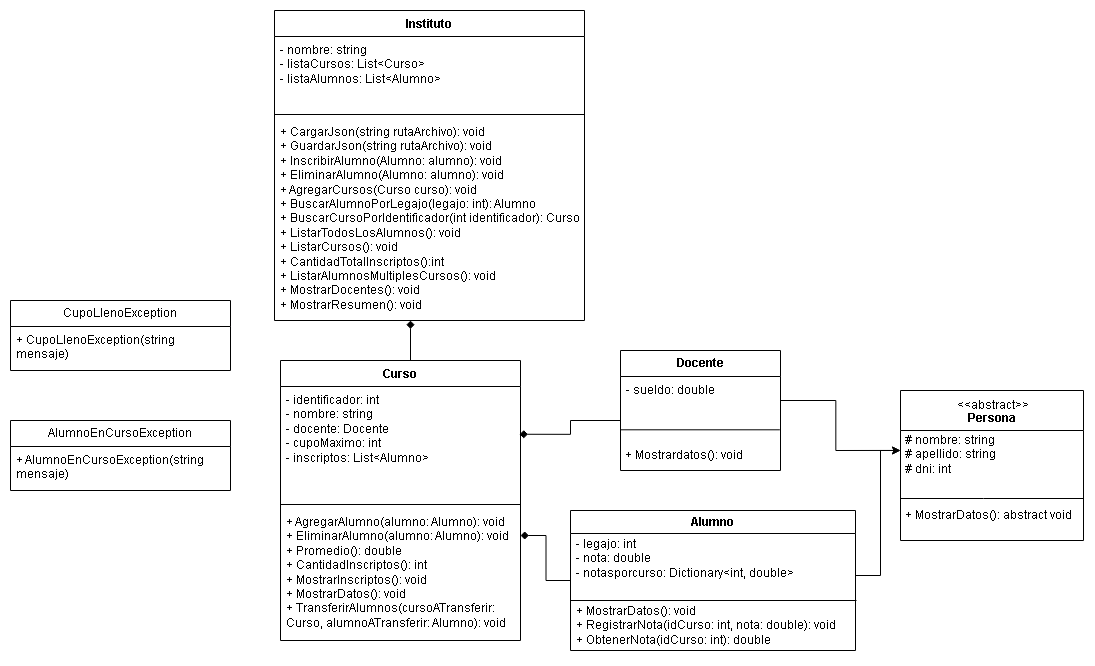
AleGarg/TP_Final_Instituto_Aprender_POO keeps this draw.io diagram as UML_TP_Final_Instituto_Aprender_POO.png. Above is the earlier version. Source tidied: cells renumbered, new cells last; positions are measured from the earlier drawing's top-left corner, leaving out a move shared by most shapes. Source of this version:
```xml
<mxGraphModel>
  <root>
    <mxCell id="0" />
    <mxCell id="1" parent="0" />
    <mxCell id="2" value="Instituto" style="swimlane;fontStyle=1;align=center;verticalAlign=top;horizontal=1;startSize=26;whiteSpace=wrap;html=1;" parent="1" vertex="1">
      <mxGeometry x="264" width="310" height="310" as="geometry" />
    </mxCell>
    <mxCell id="3" value="- nombre: string&lt;div&gt;- listaCursos: List&amp;lt;Curso&amp;gt;&lt;/div&gt;&lt;div&gt;- listaAlumnos: List&amp;lt;Alumno&amp;gt;&lt;/div&gt;" style="text;strokeColor=none;fillColor=none;align=left;verticalAlign=top;spacingLeft=4;spacingRight=4;overflow=hidden;whiteSpace=wrap;html=1;" parent="2" vertex="1">
      <mxGeometry y="26" width="310" height="74" as="geometry" />
    </mxCell>
    <mxCell id="4" style="line;strokeWidth=1;fillColor=none;align=left;verticalAlign=middle;spacingTop=-1;spacingLeft=3;spacingRight=3;labelPosition=right;strokeColor=inherit;" parent="2" vertex="1">
      <mxGeometry y="100" width="310" height="8" as="geometry" />
    </mxCell>
    <mxCell id="5" value="+ CargarJson(string rutaArchivo): void&lt;div&gt;+ GuardarJson(string rutaArchivo): void&lt;/div&gt;&lt;div&gt;+ InscribirAlumno(Alumno: alumno): void&lt;br&gt;+ EliminarAlumno(Alumno: alumno): void&lt;/div&gt;&lt;div&gt;+ AgregarCursos(Curso curso): void&lt;/div&gt;&lt;div&gt;+ BuscarAlumnoPorLegajo(legajo: int): Alumno&lt;/div&gt;&lt;div&gt;+ BuscarCursoPorIdentificador(int identificador): Curso&lt;/div&gt;&lt;div&gt;+ ListarTodosLosAlumnos(): void&lt;/div&gt;&lt;div&gt;+ ListarCursos(): void&lt;/div&gt;&lt;div&gt;+ CantidadTotalInscriptos():int&lt;/div&gt;&lt;div&gt;+ ListarAlumnosMultiplesCursos(): void&lt;/div&gt;&lt;div&gt;+ MostrarDocentes(): void&lt;br&gt;+ MostrarResumen(): void&lt;/div&gt;" style="text;strokeColor=none;fillColor=none;align=left;verticalAlign=top;spacingLeft=4;spacingRight=4;overflow=hidden;whiteSpace=wrap;html=1;" parent="2" vertex="1">
      <mxGeometry y="108" width="310" height="202" as="geometry" />
    </mxCell>
    <mxCell id="6" value="Curso" style="swimlane;fontStyle=1;align=center;verticalAlign=top;horizontal=1;startSize=26;whiteSpace=wrap;html=1;" parent="1" vertex="1">
      <mxGeometry x="270" y="350" width="240" height="280" as="geometry" />
    </mxCell>
    <mxCell id="7" value="- identificador: int&lt;div&gt;- nombre: string&lt;/div&gt;&lt;div&gt;- docente: Docente&lt;/div&gt;&lt;div&gt;- cupoMaximo: int&lt;/div&gt;&lt;div&gt;- inscriptos: List&amp;lt;Alumno&amp;gt;&lt;/div&gt;" style="text;strokeColor=none;fillColor=none;align=left;verticalAlign=top;spacingLeft=4;spacingRight=4;overflow=hidden;points=[[0,0.5],[1,0.5]];portConstraint=eastwest;whiteSpace=wrap;html=1;" parent="6" vertex="1">
      <mxGeometry y="26" width="240" height="114" as="geometry" />
    </mxCell>
    <mxCell id="8" style="line;strokeWidth=1;fillColor=none;align=left;verticalAlign=middle;spacingTop=-1;spacingLeft=3;spacingRight=3;labelPosition=right;strokeColor=inherit;" parent="6" vertex="1">
      <mxGeometry y="140" width="240" height="8" as="geometry" />
    </mxCell>
    <mxCell id="9" value="&lt;div&gt;+ AgregarAlumno(alumno:&amp;nbsp;&lt;span style=&quot;background-color: transparent; color: light-dark(rgb(0, 0, 0), rgb(255, 255, 255));&quot;&gt;Alumno&lt;/span&gt;&lt;span style=&quot;background-color: transparent; color: light-dark(rgb(0, 0, 0), rgb(255, 255, 255));&quot;&gt;): void&lt;/span&gt;&lt;/div&gt;&lt;div&gt;+ EliminarAlumno(alumno:&amp;nbsp;&lt;span style=&quot;background-color: transparent; color: light-dark(rgb(0, 0, 0), rgb(255, 255, 255));&quot;&gt;Alumno&lt;/span&gt;&lt;span style=&quot;background-color: transparent; color: light-dark(rgb(0, 0, 0), rgb(255, 255, 255));&quot;&gt;): void&lt;/span&gt;&lt;/div&gt;&lt;div&gt;+ Promedio(): double&lt;/div&gt;&lt;div&gt;&lt;div&gt;+ CantidadInscriptos(): int&lt;/div&gt;&lt;/div&gt;&lt;div&gt;&lt;div&gt;+ MostrarInscriptos(): void&lt;/div&gt;&lt;/div&gt;&lt;div&gt;&lt;div&gt;+ MostrarDatos(): void&lt;/div&gt;&lt;div&gt;+ TransferirAlumnos(cursoATransferir: Curso, alumnoATransferir: Alumno): void&lt;/div&gt;&lt;/div&gt;&lt;div&gt;&lt;br&gt;&lt;/div&gt;" style="text;strokeColor=none;fillColor=none;align=left;verticalAlign=top;spacingLeft=4;spacingRight=4;overflow=hidden;whiteSpace=wrap;html=1;" parent="6" vertex="1">
      <mxGeometry y="148" width="240" height="132" as="geometry" />
    </mxCell>
    <mxCell id="10" value="Docente" style="swimlane;fontStyle=1;align=center;verticalAlign=middle;horizontal=1;startSize=26;whiteSpace=wrap;html=1;" parent="1" vertex="1">
      <mxGeometry x="610" y="340" width="160" height="120" as="geometry" />
    </mxCell>
    <mxCell id="11" value="&lt;div&gt;- sueldo: double&lt;/div&gt;" style="text;strokeColor=none;fillColor=none;align=left;verticalAlign=top;spacingLeft=4;spacingRight=4;overflow=hidden;points=[[0,0.5],[1,0.5]];portConstraint=eastwest;whiteSpace=wrap;html=1;" parent="10" vertex="1">
      <mxGeometry y="26" width="160" height="64" as="geometry" />
    </mxCell>
    <mxCell id="12" style="endArrow=none;html=1;rounded=0;entryX=0.996;entryY=0.833;entryDx=0;entryDy=0;entryPerimeter=0;exitX=0.001;exitY=0.833;exitDx=0;exitDy=0;exitPerimeter=0;" parent="10" edge="1" source="11" target="11">
      <mxGeometry relative="1" as="geometry" />
    </mxCell>
    <mxCell id="13" value="&amp;nbsp;+ Mostrardatos(): void" style="text;html=1;align=left;verticalAlign=middle;strokeColor=none;fillColor=none;" parent="10" vertex="1">
      <mxGeometry y="90" width="160" height="30" as="geometry" />
    </mxCell>
    <mxCell id="14" style="edgeStyle=orthogonalEdgeStyle;rounded=0;jettySize=auto;html=1;endArrow=diamond;endFill=1;" parent="1" edge="1" source="6">
      <mxGeometry relative="1" as="geometry">
        <mxPoint x="400" y="310" as="targetPoint" />
        <Array as="points">
          <mxPoint x="400" y="310" />
          <mxPoint x="400" y="310" />
        </Array>
      </mxGeometry>
    </mxCell>
    <mxCell id="15" style="edgeStyle=orthogonalEdgeStyle;rounded=0;jettySize=auto;html=1;" parent="1" edge="1" source="16">
      <mxGeometry relative="1" as="geometry">
        <mxPoint x="890" y="440" as="targetPoint" />
        <Array as="points">
          <mxPoint x="870" y="565" />
          <mxPoint x="870" y="440" />
        </Array>
      </mxGeometry>
    </mxCell>
    <mxCell id="16" value="Alumno" style="swimlane;whiteSpace=wrap;html=1;" parent="1" vertex="1">
      <mxGeometry x="560" y="500" width="285" height="140" as="geometry" />
    </mxCell>
    <mxCell id="17" value="&lt;div&gt;- legajo: int&lt;/div&gt;&lt;div&gt;- nota: double&lt;/div&gt;&lt;div&gt;- notasporcurso: Dictionary&amp;lt;int, double&amp;gt;&lt;/div&gt;" style="text;html=1;align=left;verticalAlign=middle;strokeColor=none;fillColor=none;" parent="16" vertex="1">
      <mxGeometry x="4" y="18" width="240" height="60" as="geometry" />
    </mxCell>
    <mxCell id="18" value="+ MostrarDatos(): void&lt;div&gt;+ RegistrarNota(idCurso: int, nota: double): void&lt;/div&gt;&lt;div&gt;+ ObtenerNota(idCurso: int): double&lt;/div&gt;" style="text;html=1;align=left;verticalAlign=middle;strokeColor=none;fillColor=none;" parent="16" vertex="1">
      <mxGeometry x="4" y="85" width="280" height="60" as="geometry" />
    </mxCell>
    <mxCell id="19" style="endArrow=none;html=1;rounded=0;" parent="16" edge="1">
      <mxGeometry relative="1" as="geometry">
        <mxPoint y="90" as="sourcePoint" />
        <mxPoint x="286" y="90" as="targetPoint" />
      </mxGeometry>
    </mxCell>
    <mxCell id="20" value="CupoLlenoException" style="swimlane;fontStyle=0;horizontal=1;startSize=26;fillColor=none;whiteSpace=wrap;html=1;" parent="1" vertex="1">
      <mxGeometry y="290" width="220" height="70" as="geometry" />
    </mxCell>
    <mxCell id="21" value="+ CupoLlenoException(string mensaje)" style="text;strokeColor=none;fillColor=none;align=left;verticalAlign=top;spacingLeft=4;spacingRight=4;overflow=hidden;whiteSpace=wrap;html=1;" parent="20" vertex="1">
      <mxGeometry y="26" width="220" height="44" as="geometry" />
    </mxCell>
    <mxCell id="22" value="&lt;br&gt;Persona" style="swimlane;whiteSpace=wrap;html=1;startSize=40;" parent="1" vertex="1">
      <mxGeometry x="890" y="380" width="183" height="150" as="geometry" />
    </mxCell>
    <mxCell id="23" value="+ MostrarDatos(): abstract void" style="text;html=1;align=center;verticalAlign=middle;strokeColor=none;fillColor=none;" parent="22" vertex="1">
      <mxGeometry x="-7" y="110" width="190" height="30" as="geometry" />
    </mxCell>
    <mxCell id="24" style="endArrow=none;html=1;rounded=0;" parent="22" edge="1">
      <mxGeometry relative="1" as="geometry">
        <mxPoint y="108" as="sourcePoint" />
        <mxPoint x="183" y="108" as="targetPoint" />
        <Array as="points">
          <mxPoint x="83" y="108" />
        </Array>
      </mxGeometry>
    </mxCell>
    <mxCell id="25" value="&lt;div&gt;# nombre: string&lt;/div&gt;&lt;div&gt;# apellido: string&lt;/div&gt;&lt;div&gt;# dni: int&lt;/div&gt;" style="text;html=1;align=left;verticalAlign=middle;strokeColor=none;fillColor=none;" parent="22" vertex="1">
      <mxGeometry x="3" y="34" width="110" height="60" as="geometry" />
    </mxCell>
    <mxCell id="26" value="&amp;lt;&amp;lt;abstract&amp;gt;&amp;gt;" style="text;html=1;align=center;verticalAlign=middle;strokeColor=none;fillColor=none;" parent="22" vertex="1">
      <mxGeometry x="46.5" width="90" height="30" as="geometry" />
    </mxCell>
    <mxCell id="27" style="edgeStyle=orthogonalEdgeStyle;rounded=0;jettySize=auto;html=1;entryX=0.996;entryY=0.419;entryDx=0;entryDy=0;entryPerimeter=0;endArrow=diamond;endFill=1;" parent="1" edge="1" source="11" target="7">
      <mxGeometry relative="1" as="geometry">
        <Array as="points">
          <mxPoint x="560" y="410" />
          <mxPoint x="560" y="424" />
        </Array>
      </mxGeometry>
    </mxCell>
    <mxCell id="28" style="edgeStyle=orthogonalEdgeStyle;rounded=0;orthogonalLoop=1;jettySize=auto;html=1;entryX=-0.003;entryY=0.465;entryDx=0;entryDy=0;entryPerimeter=0;endArrow=classic;endFill=0;" parent="1" edge="1">
      <mxGeometry relative="1" as="geometry">
        <mxPoint x="770" y="390" as="sourcePoint" />
        <mxPoint x="890" y="440" as="targetPoint" />
        <Array as="points">
          <mxPoint x="825.3" y="390.1" />
          <mxPoint x="825.3" y="440.1" />
        </Array>
      </mxGeometry>
    </mxCell>
    <mxCell id="29" value="&lt;span style=&quot;text-align: left;&quot;&gt;AlumnoEnCursoException&lt;/span&gt;" style="swimlane;fontStyle=0;horizontal=1;startSize=26;fillColor=none;whiteSpace=wrap;html=1;" parent="1" vertex="1">
      <mxGeometry y="410" width="220" height="70" as="geometry" />
    </mxCell>
    <mxCell id="30" value="+ AlumnoEnCursoException(string mensaje)" style="text;strokeColor=none;fillColor=none;align=left;verticalAlign=top;spacingLeft=4;spacingRight=4;overflow=hidden;whiteSpace=wrap;html=1;" parent="29" vertex="1">
      <mxGeometry y="26" width="220" height="44" as="geometry" />
    </mxCell>
    <mxCell id="31" style="edgeStyle=orthogonalEdgeStyle;rounded=0;jettySize=auto;html=1;endArrow=diamond;endFill=1;" parent="1" edge="1" source="16">
      <mxGeometry relative="1" as="geometry">
        <mxPoint x="510" y="525" as="targetPoint" />
      </mxGeometry>
    </mxCell>
  </root>
</mxGraphModel>
```
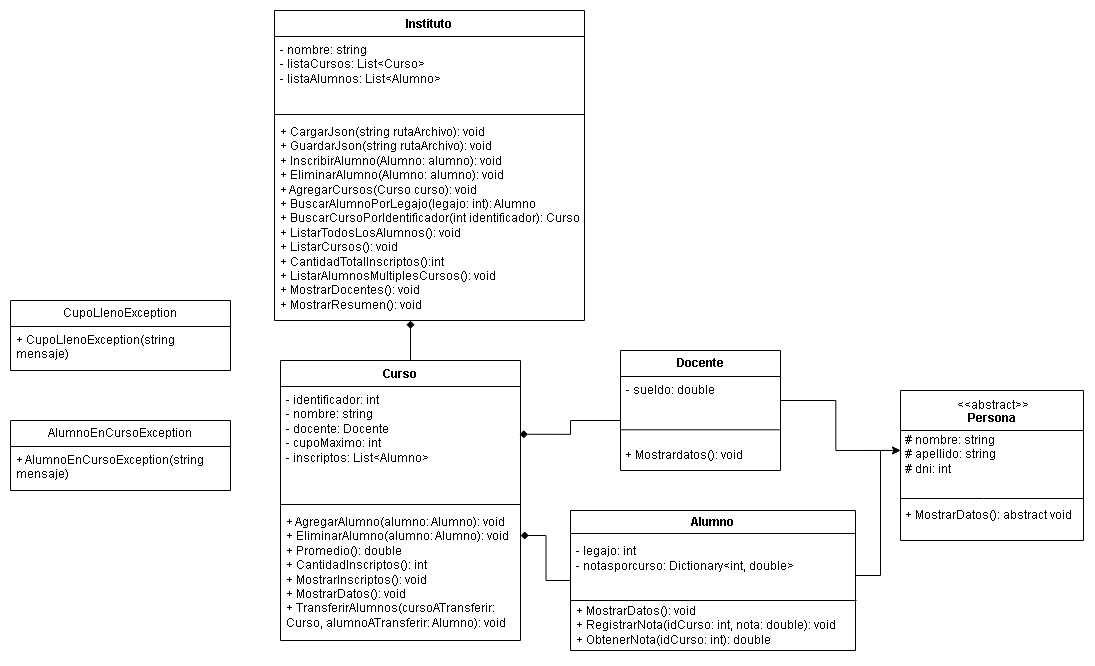
Later version of the same file.

What changed in the source:
```diff
@@ -59,8 +59,8 @@
     <mxCell id="16" value="Alumno" style="swimlane;whiteSpace=wrap;html=1;" parent="1" vertex="1">
       <mxGeometry x="560" y="500" width="285" height="140" as="geometry" />
     </mxCell>
-    <mxCell id="17" value="&lt;div&gt;- legajo: int&lt;/div&gt;&lt;div&gt;- nota: double&lt;/div&gt;&lt;div&gt;- notasporcurso: Dictionary&amp;lt;int, double&amp;gt;&lt;/div&gt;" style="text;html=1;align=left;verticalAlign=middle;strokeColor=none;fillColor=none;" parent="16" vertex="1">
-      <mxGeometry x="4" y="18" width="240" height="60" as="geometry" />
+    <mxCell id="17" value="&lt;div&gt;- legajo: int&lt;/div&gt;&lt;div&gt;&lt;span style=&quot;background-color: transparent; color: light-dark(rgb(0, 0, 0), rgb(255, 255, 255));&quot;&gt;- notasporcurso: Dictionary&amp;lt;int, double&amp;gt;&lt;/span&gt;&lt;/div&gt;" style="text;html=1;align=left;verticalAlign=middle;strokeColor=none;fillColor=none;" parent="16" vertex="1">
+      <mxGeometry x="4" y="28" width="240" height="40" as="geometry" />
     </mxCell>
     <mxCell id="18" value="+ MostrarDatos(): void&lt;div&gt;+ RegistrarNota(idCurso: int, nota: double): void&lt;/div&gt;&lt;div&gt;+ ObtenerNota(idCurso: int): double&lt;/div&gt;" style="text;html=1;align=left;verticalAlign=middle;strokeColor=none;fillColor=none;" parent="16" vertex="1">
       <mxGeometry x="4" y="85" width="280" height="60" as="geometry" />
```
